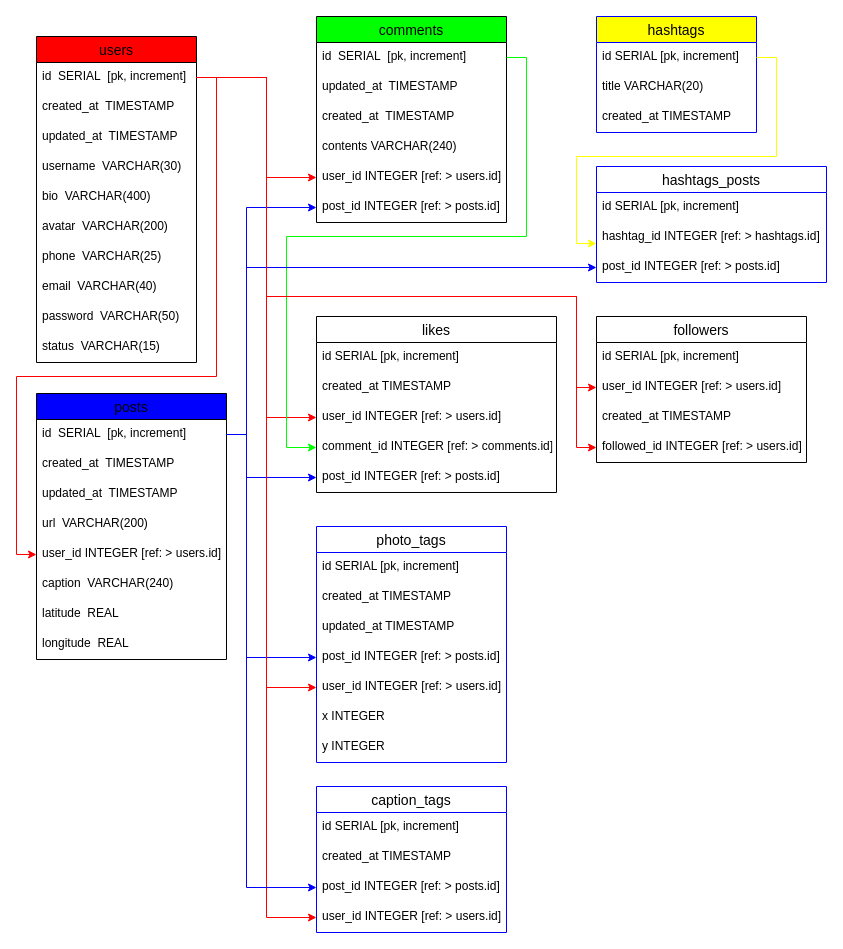
Earlier version of the draw.io diagram DB INSTA.drawio (louissaadgo/database-schema). Source tidied: cells renumbered, new cells numbered last; positions are measured from the earlier drawing's top-left corner, leaving out a move shared by most shapes. Both pictures are drawn from the tidied source at 100%, with x=0, y=0 at pixel (16, 16).
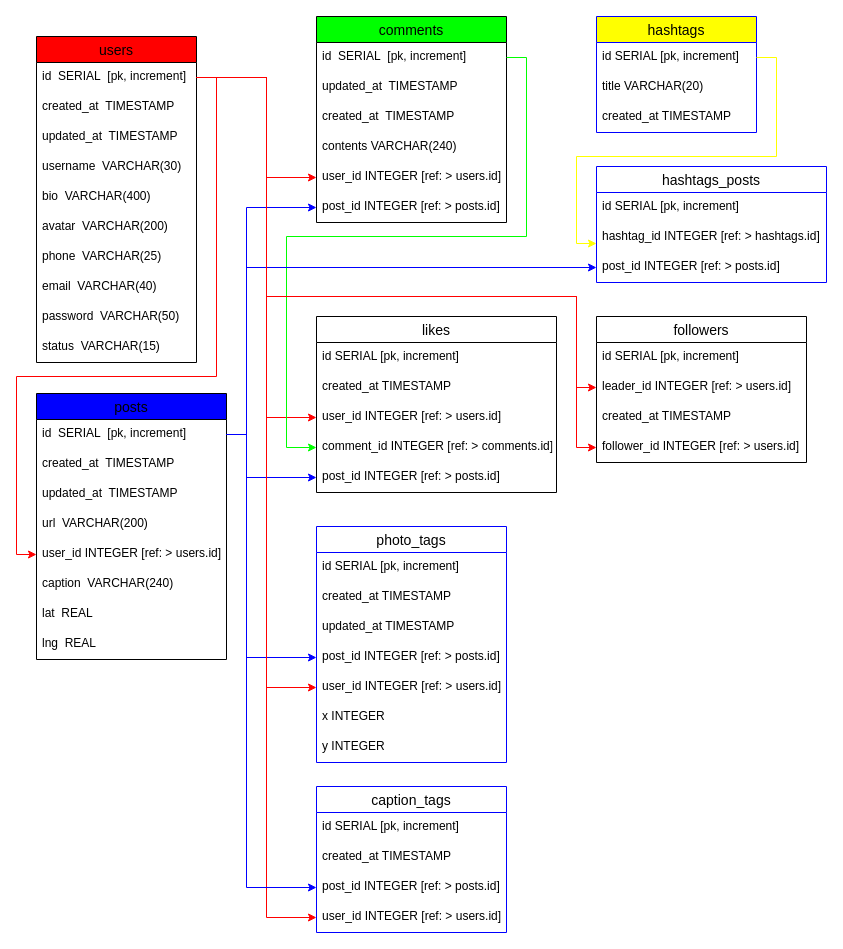
The same page after the edit.

The change refers to these unchanged cells:
```xml
<mxCell id="13" value="posts" style="swimlane;fontStyle=0;horizontal=1;startSize=26;align=center;fontSize=14;fillColor=#0000FF;" parent="1" vertex="1">
  <mxGeometry x="20" y="377" width="190" height="266" as="geometry" />
</mxCell>
<mxCell id="68" value="followers" style="swimlane;fontStyle=0;horizontal=1;startSize=26;align=center;fontSize=14;" parent="1" vertex="1">
  <mxGeometry x="580" y="300" width="210" height="146" as="geometry" />
</mxCell>
```

Change to the diagram source:
```diff
@@
-    <mxCell id="20" value="latitude  REAL" style="text;strokeColor=none;fillColor=none;spacingLeft=4;spacingRight=4;overflow=hidden;fontSize=12;" parent="13" vertex="1">
+    <mxCell id="20" value="lat  REAL" style="text;strokeColor=none;fillColor=none;spacingLeft=4;spacingRight=4;overflow=hidden;fontSize=12;" parent="13" vertex="1">
       <mxGeometry y="206" width="190" height="30" as="geometry" />
     </mxCell>
-    <mxCell id="21" value="longitude  REAL" style="text;strokeColor=none;fillColor=none;spacingLeft=4;spacingRight=4;overflow=hidden;fontSize=12;" parent="13" vertex="1">
+    <mxCell id="21" value="lng  REAL" style="text;strokeColor=none;fillColor=none;spacingLeft=4;spacingRight=4;overflow=hidden;fontSize=12;" parent="13" vertex="1">
       <mxGeometry y="236" width="190" height="30" as="geometry" />
     </mxCell>
@@
-    <mxCell id="70" value="user_id INTEGER [ref: &gt; users.id]" style="text;strokeColor=none;fillColor=none;spacingLeft=4;spacingRight=4;overflow=hidden;points=[[0,0.5],[1,0.5]];portConstraint=eastwest;fontSize=12;" parent="68" vertex="1">
+    <mxCell id="70" value="leader_id INTEGER [ref: &gt; users.id]" style="text;strokeColor=none;fillColor=none;spacingLeft=4;spacingRight=4;overflow=hidden;points=[[0,0.5],[1,0.5]];portConstraint=eastwest;fontSize=12;" parent="68" vertex="1">
       <mxGeometry y="56" width="210" height="30" as="geometry" />
     </mxCell>
@@
-    <mxCell id="72" value="followed_id INTEGER [ref: &gt; users.id]" style="text;strokeColor=none;fillColor=none;spacingLeft=4;spacingRight=4;overflow=hidden;points=[[0,0.5],[1,0.5]];portConstraint=eastwest;fontSize=12;" parent="68" vertex="1">
+    <mxCell id="72" value="follower_id INTEGER [ref: &gt; users.id]" style="text;strokeColor=none;fillColor=none;spacingLeft=4;spacingRight=4;overflow=hidden;points=[[0,0.5],[1,0.5]];portConstraint=eastwest;fontSize=12;" parent="68" vertex="1">
       <mxGeometry y="116" width="210" height="30" as="geometry" />
     </mxCell>
```
